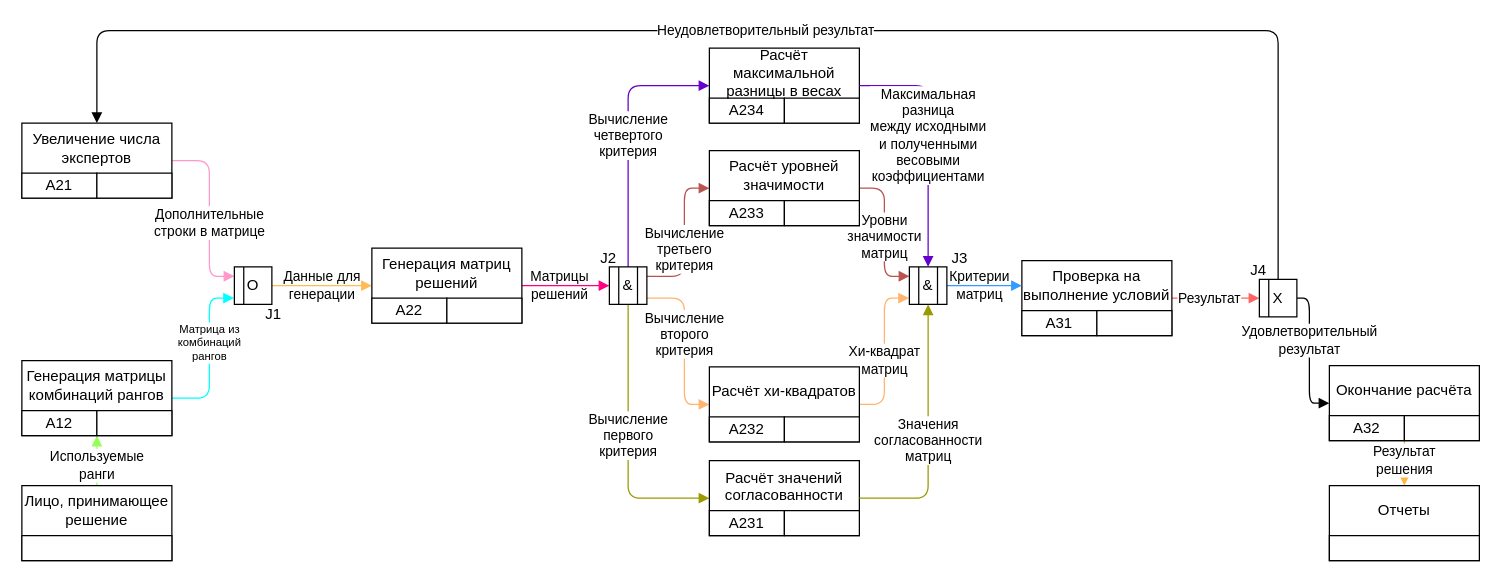
Before: draw_io/IDEF3.drawio in Dimj1k/Works, a draw.io diagram. Source tidied: cells renumbered, new cells numbered last; positions are measured from the earlier drawing's top-left corner, leaving out a move shared by most shapes. Both pictures are drawn from the tidied source at 125%, with x=0, y=0 at pixel (21, 30).
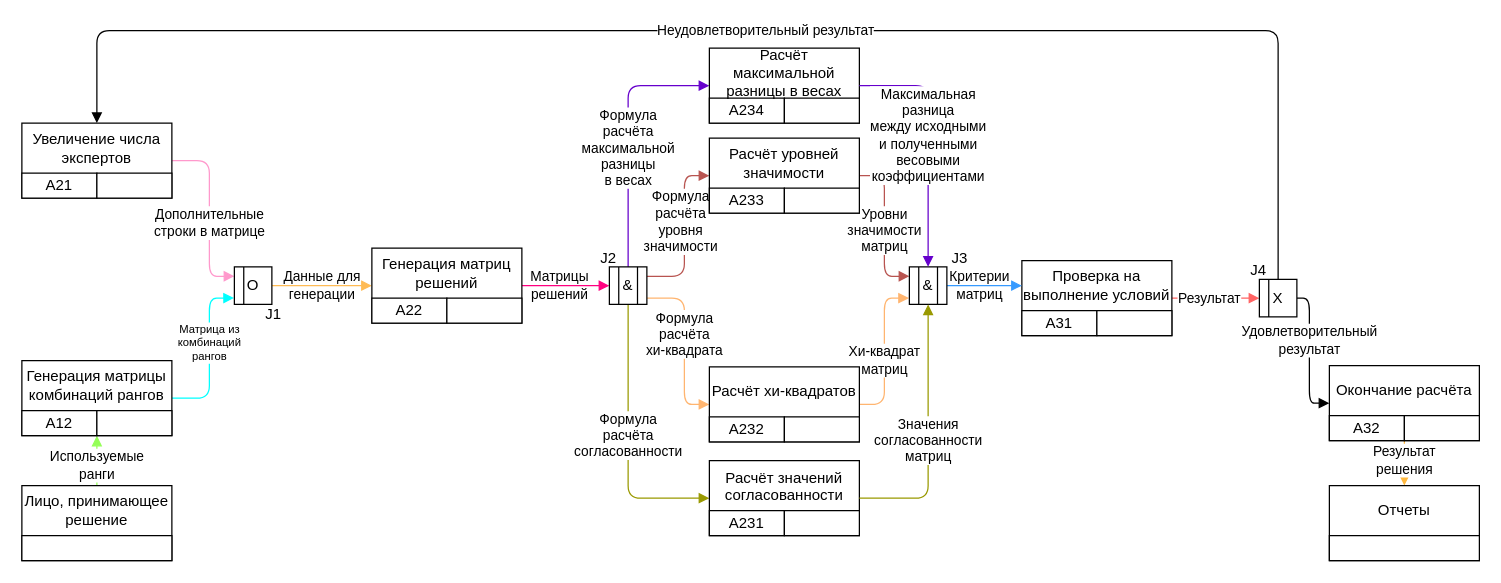
The same page after the edit.

The change refers to these unchanged cells:
```xml
<mxCell id="51" value="&amp;amp;" style="rounded=0;whiteSpace=wrap;html=1;" parent="1" vertex="1">
  <mxGeometry x="470" y="189" width="30" height="30" as="geometry" />
</mxCell>
<mxCell id="59" value="Расчёт значений согласованности" style="rounded=0;whiteSpace=wrap;html=1;verticalAlign=top;" parent="58" vertex="1">
  <mxGeometry width="120" height="60" as="geometry" />
</mxCell>
<mxCell id="76" value="Расчёт хи-квадратов" style="text;html=1;strokeColor=none;fillColor=none;align=center;verticalAlign=middle;whiteSpace=wrap;rounded=0;" parent="71" vertex="1">
  <mxGeometry width="120" height="40" as="geometry" />
</mxCell>
<mxCell id="82" value="Расчёт уровней&lt;br&gt;значимости" style="text;html=1;strokeColor=none;fillColor=none;align=center;verticalAlign=middle;whiteSpace=wrap;rounded=0;" parent="77" vertex="1">
  <mxGeometry width="120" height="40" as="geometry" />
</mxCell>
<mxCell id="88" value="Расчёт максимальной разницы в весах" style="text;html=1;strokeColor=none;fillColor=none;align=center;verticalAlign=middle;whiteSpace=wrap;rounded=0;" parent="83" vertex="1">
  <mxGeometry width="120" height="40" as="geometry" />
</mxCell>
```

Change to the diagram source:
```diff
@@
-    <mxCell id="47" value="Вычисление&lt;br&gt;первого&lt;br&gt;критерия" style="edgeStyle=orthogonalEdgeStyle;rounded=1;jettySize=auto;html=1;entryX=0;entryY=0.5;entryDx=0;entryDy=0;endArrow=block;endFill=1;strokeColor=#999900;" parent="1" edge="1" source="51" target="59">
+    <mxCell id="47" value="&lt;div&gt;Формула&lt;/div&gt;&lt;div&gt;расчёта&lt;/div&gt;&lt;div&gt;согласованности&lt;br&gt;&lt;/div&gt;" style="edgeStyle=orthogonalEdgeStyle;rounded=1;jettySize=auto;html=1;entryX=0;entryY=0.5;entryDx=0;entryDy=0;endArrow=block;endFill=1;strokeColor=#999900;" parent="1" edge="1" source="51" target="59">
       <mxGeometry x="-0.05" relative="1" as="geometry">
         <Array as="points">
           <mxPoint x="485" y="374" />
         </Array>
       </mxGeometry>
     </mxCell>
-    <mxCell id="48" value="Вычисление&lt;br&gt;второго&lt;br&gt;критерия" style="edgeStyle=orthogonalEdgeStyle;rounded=1;jettySize=auto;html=1;entryX=0;entryY=0.75;entryDx=0;entryDy=0;exitX=1.003;exitY=0.832;exitDx=0;exitDy=0;exitPerimeter=0;endArrow=block;endFill=1;strokeColor=#FFB570;" parent="1" edge="1" source="51" target="76">
+    <mxCell id="48" value="&lt;div&gt;Формула&lt;/div&gt;&lt;div&gt;расчёта&lt;/div&gt;&lt;div&gt;хи-квадрата&lt;br&gt;&lt;/div&gt;" style="edgeStyle=orthogonalEdgeStyle;rounded=1;jettySize=auto;html=1;entryX=0;entryY=0.75;entryDx=0;entryDy=0;exitX=1.003;exitY=0.832;exitDx=0;exitDy=0;exitPerimeter=0;endArrow=block;endFill=1;strokeColor=#FFB570;" parent="1" edge="1" source="51" target="76">
       <mxGeometry x="-0.13" relative="1" as="geometry">
         <Array as="points">
           <mxPoint x="530" y="214" />
           <mxPoint x="530" y="299" />
         </Array>
       </mxGeometry>
     </mxCell>
-    <mxCell id="49" value="Вычисление&lt;br&gt;третьего&lt;br&gt;критерия" style="edgeStyle=orthogonalEdgeStyle;rounded=1;orthogonalLoop=1;jettySize=auto;html=1;exitX=1;exitY=0.25;exitDx=0;exitDy=0;entryX=0;entryY=0.75;entryDx=0;entryDy=0;endArrow=block;endFill=1;strokeColor=#B85450;" parent="1" edge="1">
-      <mxGeometry x="-0.13" relative="1" as="geometry">
+    <mxCell id="49" value="&lt;div&gt;Формула&lt;/div&gt;&lt;div&gt;расчёта&lt;/div&gt;&lt;div&gt;уровня&lt;/div&gt;&lt;div&gt;значимости&lt;br&gt;&lt;/div&gt;" style="edgeStyle=orthogonalEdgeStyle;rounded=1;jettySize=auto;html=1;exitX=1;exitY=0.25;exitDx=0;exitDy=0;entryX=0;entryY=0.75;entryDx=0;entryDy=0;endArrow=block;endFill=1;strokeColor=#B85450;" parent="1" edge="1" target="82">
+      <mxGeometry x="0.14" y="3" relative="1" as="geometry">
         <mxPoint x="500" y="196.5" as="sourcePoint" />
-        <mxPoint x="550" y="126" as="targetPoint" />
         <Array as="points">
           <mxPoint x="530" y="197" />
-          <mxPoint x="530" y="126" />
+          <mxPoint x="530" y="116" />
         </Array>
       </mxGeometry>
     </mxCell>
-    <mxCell id="50" value="Вычисление&lt;br&gt;четвертого&lt;br&gt;критерия" style="edgeStyle=orthogonalEdgeStyle;rounded=1;jettySize=auto;html=1;exitX=0.5;exitY=0;exitDx=0;exitDy=0;entryX=0;entryY=0.75;entryDx=0;entryDy=0;strokeColor=#6600CC;endArrow=block;endFill=1;" parent="1" edge="1" source="51" target="88">
-      <mxGeometry relative="1" as="geometry">
+    <mxCell id="50" value="&lt;div&gt;Формула&lt;/div&gt;&lt;div&gt;расчёта&lt;/div&gt;&lt;div&gt;максимальной&lt;/div&gt;&lt;div&gt;разницы&lt;/div&gt;&lt;div&gt;в весах&lt;/div&gt;" style="edgeStyle=orthogonalEdgeStyle;rounded=1;jettySize=auto;html=1;exitX=0.5;exitY=0;exitDx=0;exitDy=0;entryX=0;entryY=0.75;entryDx=0;entryDy=0;strokeColor=#6600CC;endArrow=block;endFill=1;" parent="1" edge="1" source="51" target="88">
+      <mxGeometry x="-0.1" relative="1" as="geometry">
         <Array as="points">
           <mxPoint x="485" y="44" />
         </Array>
       </mxGeometry>
     </mxCell>
@@
     <mxCell id="77" style="group;" parent="1" vertex="1">
-      <mxGeometry x="550" y="96" width="120" height="60" as="geometry" />
+      <mxGeometry x="550" y="86" width="120" height="60" as="geometry" />
     </mxCell>
```
